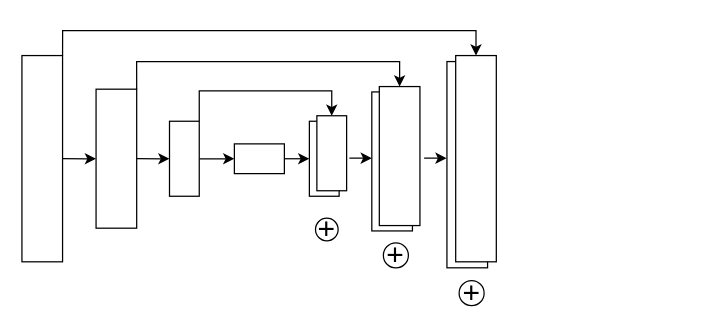
Above: page "第 2 页" (2 of 2) of 强度建模框架.drawio in LB157/PhotoLibrary (draw.io), before the change. Source tidied: cells renumbered, new cells numbered last; positions are measured from the earlier drawing's top-left corner, leaving out a move shared by most shapes. Both pictures are drawn from the tidied source at 125%, with x=0, y=0 at pixel (-61, 55).
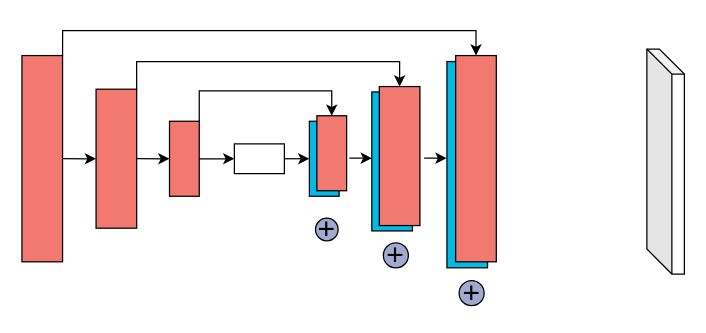
The same diagram, later.

Commit message (it also covers changes not shown here):
更新强度建模框架.drawio

Change to the diagram source:
```diff
@@
-    <mxCell id="4" style="rounded=0;whiteSpace=wrap;html=1;rotation=90;" parent="1" vertex="1">
+    <mxCell id="4" style="rounded=0;whiteSpace=wrap;html=1;rotation=90;fillColor=#F27970;" parent="1" vertex="1">
       <mxGeometry x="-0.2" y="66.2" width="165" height="32.5" as="geometry" />
     </mxCell>
@@
-    <mxCell id="7" style="rounded=0;whiteSpace=wrap;html=1;rotation=90;" parent="1" vertex="1">
+    <mxCell id="7" style="rounded=0;whiteSpace=wrap;html=1;rotation=90;fillColor=#F27970;" parent="1" vertex="1">
       <mxGeometry x="86" y="66.2" width="111.2" height="32.5" as="geometry" />
     </mxCell>
@@
-    <mxCell id="10" style="rounded=0;whiteSpace=wrap;html=1;rotation=90;" parent="1" vertex="1">
+    <mxCell id="10" style="rounded=0;whiteSpace=wrap;html=1;rotation=90;fillColor=#F27970;" parent="1" vertex="1">
       <mxGeometry x="166" y="70.6" width="60" height="23.8" as="geometry" />
     </mxCell>
@@
-    <mxCell id="13" style="group;" parent="1" vertex="1">
-      <mxGeometry x="346" width="101.5" height="200" as="geometry" />
-    </mxCell>
-    <mxCell id="14" style="group;" parent="13" vertex="1">
-      <mxGeometry y="24.7" width="38.5" height="115.6" as="geometry" />
-    </mxCell>
-    <mxCell id="15" style="rounded=0;whiteSpace=wrap;html=1;rotation=90;" parent="14" vertex="1">
-      <mxGeometry x="-39.4" y="43.7" width="111.2" height="32.5" as="geometry" />
-    </mxCell>
-    <mxCell id="16" style="rounded=0;whiteSpace=wrap;html=1;rotation=90;" parent="14" vertex="1">
-      <mxGeometry x="-33.4" y="39.4" width="111.2" height="32.5" as="geometry" />
-    </mxCell>
-    <mxCell id="17" style="group;" parent="13" vertex="1">
-      <mxGeometry x="60" width="39.5" height="169.8" as="geometry" />
-    </mxCell>
-    <mxCell id="18" style="rounded=0;whiteSpace=wrap;html=1;rotation=90;" parent="17" vertex="1">
-      <mxGeometry x="-66.2" y="71" width="165" height="32.5" as="geometry" />
-    </mxCell>
-    <mxCell id="19" style="rounded=0;whiteSpace=wrap;html=1;rotation=90;" parent="17" vertex="1">
-      <mxGeometry x="-59.2" y="66.2" width="165" height="32.5" as="geometry" />
-    </mxCell>
+    <mxCell id="28" style="edgeStyle=orthogonalEdgeStyle;rounded=0;orthogonalLoop=1;jettySize=auto;html=1;" parent="1" edge="1">
+      <mxGeometry relative="1" as="geometry">
+        <mxPoint x="328" y="82" as="sourcePoint" />
+        <mxPoint x="346" y="82" as="targetPoint" />
+      </mxGeometry>
+    </mxCell>
-    <mxCell id="20" value="&lt;font style=&quot;font-size: 24px;&quot;&gt;+&lt;/font&gt;" style="ellipse;whiteSpace=wrap;html=1;" parent="13" vertex="1">
-      <mxGeometry x="9.2" y="149.8" width="20" height="20" as="geometry" />
+    <mxCell id="20" value="&lt;font style=&quot;font-size: 24px;&quot;&gt;+&lt;/font&gt;" style="ellipse;whiteSpace=wrap;html=1;fillColor=#A1A9D0;" parent="1" vertex="1">
+      <mxGeometry x="355.2" y="149.8" width="20" height="20" as="geometry" />
     </mxCell>
-    <mxCell id="21" value="&lt;font style=&quot;font-size: 24px;&quot;&gt;+&lt;/font&gt;" style="ellipse;whiteSpace=wrap;html=1;" parent="13" vertex="1">
-      <mxGeometry x="69.8" y="180" width="20" height="20" as="geometry" />
+    <mxCell id="21" value="&lt;font style=&quot;font-size: 24px;&quot;&gt;+&lt;/font&gt;" style="ellipse;whiteSpace=wrap;html=1;fillColor=#A1A9D0;" parent="1" vertex="1">
+      <mxGeometry x="415.8" y="180" width="20" height="20" as="geometry" />
     </mxCell>
-    <mxCell id="22" style="edgeStyle=orthogonalEdgeStyle;rounded=0;orthogonalLoop=1;jettySize=auto;html=1;" parent="13" edge="1">
+    <mxCell id="22" style="edgeStyle=orthogonalEdgeStyle;rounded=0;orthogonalLoop=1;jettySize=auto;html=1;" parent="1" edge="1">
       <mxGeometry relative="1" as="geometry">
-        <mxPoint x="41.8" y="82" as="sourcePoint" />
-        <mxPoint x="59.8" y="82" as="targetPoint" />
+        <mxPoint x="387.8" y="82" as="sourcePoint" />
+        <mxPoint x="405.8" y="82" as="targetPoint" />
       </mxGeometry>
     </mxCell>
-    <mxCell id="23" style="group;" parent="1" vertex="1">
-      <mxGeometry x="296" y="48.1" width="29.8" height="101.9" as="geometry" />
-    </mxCell>
-    <mxCell id="24" style="group;" parent="23" vertex="1">
-      <mxGeometry width="29.8" height="64.4" as="geometry" />
-    </mxCell>
+    <mxCell id="18" style="rounded=0;whiteSpace=wrap;html=1;rotation=90;fillColor=#05B9E2;" parent="1" vertex="1">
+      <mxGeometry x="339.8" y="71" width="165" height="32.5" as="geometry" />
+    </mxCell>
+    <mxCell id="19" style="rounded=0;whiteSpace=wrap;html=1;rotation=90;fillColor=#F27970;" parent="1" vertex="1">
+      <mxGeometry x="346.8" y="66.2" width="165" height="32.5" as="geometry" />
+    </mxCell>
+    <mxCell id="15" style="rounded=0;whiteSpace=wrap;html=1;rotation=90;fillColor=#05B9E2;" parent="1" vertex="1">
+      <mxGeometry x="306.6" y="68.4" width="111.2" height="32.5" as="geometry" />
+    </mxCell>
+    <mxCell id="16" style="rounded=0;whiteSpace=wrap;html=1;rotation=90;fillColor=#F27970;" parent="1" vertex="1">
+      <mxGeometry x="312.6" y="64.1" width="111.2" height="32.5" as="geometry" />
+    </mxCell>
+    <mxCell id="27" value="&lt;font style=&quot;font-size: 24px;&quot;&gt;+&lt;/font&gt;" style="ellipse;whiteSpace=wrap;html=1;fillColor=#A1A9D0;" parent="1" vertex="1">
+      <mxGeometry x="300.9" y="130" width="18.1" height="18.1" as="geometry" />
+    </mxCell>
-    <mxCell id="25" style="rounded=0;whiteSpace=wrap;html=1;rotation=90;" parent="24" vertex="1">
-      <mxGeometry x="-18.1" y="22.5" width="60" height="23.8" as="geometry" />
+    <mxCell id="25" style="rounded=0;whiteSpace=wrap;html=1;rotation=90;fillColor=#05B9E2;" parent="1" vertex="1">
+      <mxGeometry x="277.9" y="70.6" width="60" height="23.8" as="geometry" />
     </mxCell>
-    <mxCell id="26" style="rounded=0;whiteSpace=wrap;html=1;rotation=90;" parent="24" vertex="1">
-      <mxGeometry x="-12.1" y="18.1" width="60" height="23.8" as="geometry" />
+    <mxCell id="26" style="rounded=0;whiteSpace=wrap;html=1;rotation=90;fillColor=#F27970;" parent="1" vertex="1">
+      <mxGeometry x="283.9" y="66.2" width="60" height="23.8" as="geometry" />
     </mxCell>
-    <mxCell id="27" value="&lt;font style=&quot;font-size: 24px;&quot;&gt;+&lt;/font&gt;" style="ellipse;whiteSpace=wrap;html=1;" parent="23" vertex="1">
-      <mxGeometry x="4.9" y="81.9" width="18.1" height="18.1" as="geometry" />
-    </mxCell>
-    <mxCell id="28" style="edgeStyle=orthogonalEdgeStyle;rounded=0;orthogonalLoop=1;jettySize=auto;html=1;" parent="1" edge="1">
-      <mxGeometry relative="1" as="geometry">
-        <mxPoint x="328" y="82" as="sourcePoint" />
-        <mxPoint x="346" y="82" as="targetPoint" />
-      </mxGeometry>
-    </mxCell>
+    <mxCell id="29" style="shape=cube;whiteSpace=wrap;html=1;boundedLbl=1;backgroundOutline=1;darkOpacity=0.05;darkOpacity2=0.1;" parent="1" vertex="1">
+      <mxGeometry x="566" y="-5.3" width="30" height="180" as="geometry" />
+    </mxCell>
```
